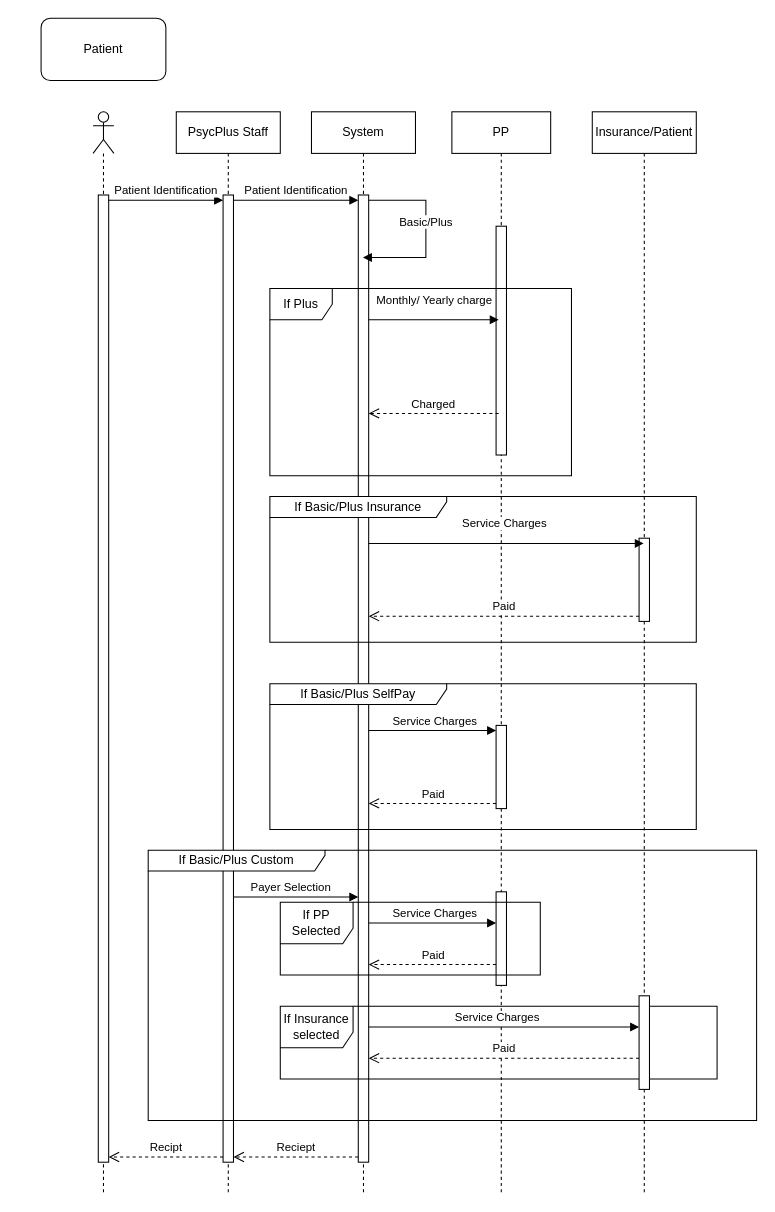
fkbhatti/EHR_Diagrams keeps this draw.io diagram as SequenceDiagramPreferedPartner.drawio. Above is the earlier version. Source tidied: cells renumbered, new cells numbered last; positions are measured from the earlier drawing's top-left corner, leaving out a move shared by most shapes. Both pictures are drawn from the tidied source at 104%, with x=0, y=0 at pixel (41, 18).
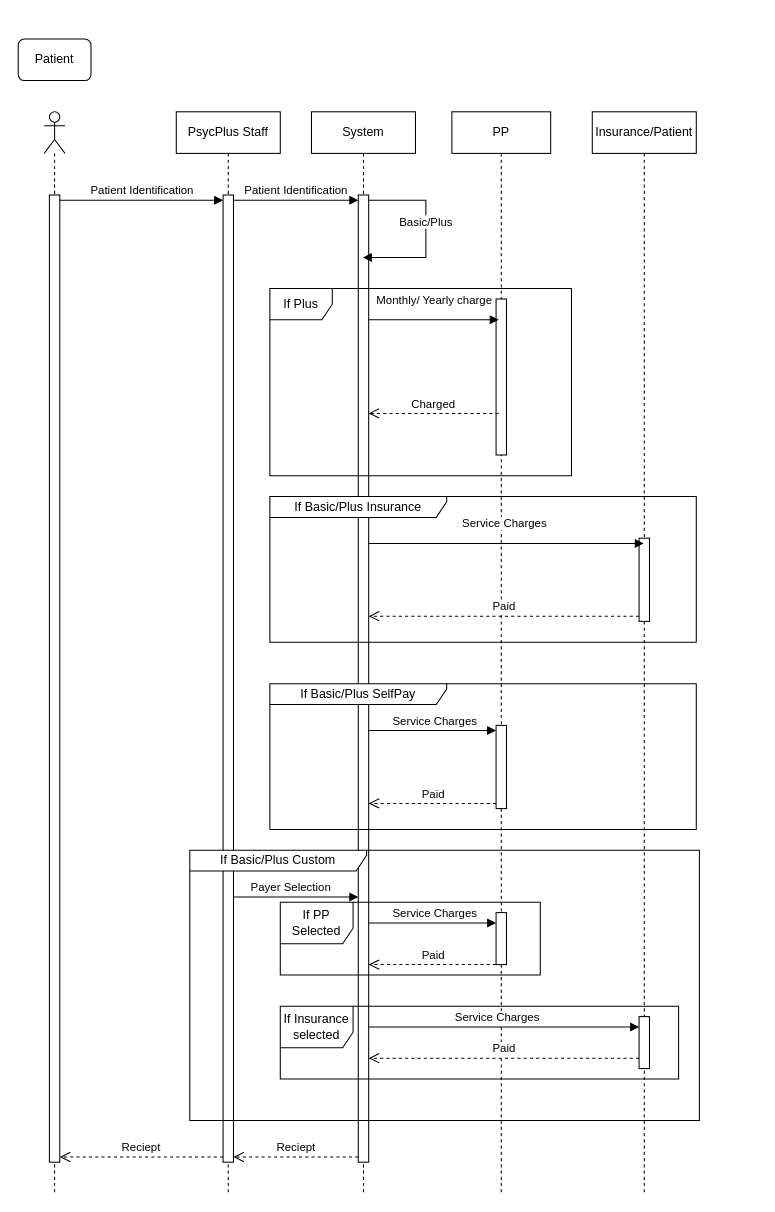
The same diagram, later.

Unchanged cells that the change refers to:
```xml
<mxCell id="3" style="html=1;points=[[0,0,0,0,5],[0,1,0,0,-5],[1,0,0,0,5],[1,1,0,0,-5]];perimeter=orthogonalPerimeter;outlineConnect=0;targetShapes=umlLifeline;portConstraint=eastwest;newEdgeStyle={&quot;curved&quot;:0,&quot;rounded&quot;:0};" parent="2" vertex="1">
  <mxGeometry x="5" y="80" width="10" height="930" as="geometry" />
</mxCell>
<mxCell id="6" style="html=1;points=[[0,0,0,0,5],[0,1,0,0,-5],[1,0,0,0,5],[1,1,0,0,-5]];perimeter=orthogonalPerimeter;outlineConnect=0;targetShapes=umlLifeline;portConstraint=eastwest;newEdgeStyle={&quot;curved&quot;:0,&quot;rounded&quot;:0};" parent="5" vertex="1">
  <mxGeometry x="45" y="80" width="10" height="930" as="geometry" />
</mxCell>
<mxCell id="11" value="PP" style="shape=umlLifeline;perimeter=lifelinePerimeter;whiteSpace=wrap;html=1;newEdgeStyle={&quot;curved&quot;:0,&quot;rounded&quot;:0};" parent="1" vertex="1">
  <mxGeometry x="395" y="90" width="95" height="1040" as="geometry" />
</mxCell>
```

What changed in the source:
```diff
@@
     <mxCell id="2" style="shape=umlLifeline;perimeter=lifelinePerimeter;whiteSpace=wrap;html=1;newEdgeStyle={&quot;curved&quot;:0,&quot;rounded&quot;:0};participant=umlActor;" parent="1" vertex="1">
-      <mxGeometry x="50" y="90" width="20" height="1040" as="geometry" />
+      <mxGeometry x="3" y="90" width="20" height="1040" as="geometry" />
     </mxCell>
@@
     <mxCell id="4" value="Patient" style="rounded=1;whiteSpace=wrap;html=1;" parent="1" vertex="1">
-      <mxGeometry width="120" height="60" as="geometry" />
+      <mxGeometry x="-22" y="20" width="70" height="40" as="geometry" />
     </mxCell>
@@
     <mxCell id="12" style="html=1;perimeter=orthogonalPerimeter;targetShapes=umlLifeline;newEdgeStyle={&quot;curved&quot;:0,&quot;rounded&quot;:0};" parent="11" vertex="1">
-      <mxGeometry x="42.5" y="110" width="10" height="220" as="geometry" />
+      <mxGeometry x="42.5" y="180" width="10" height="150" as="geometry" />
     </mxCell>
@@
     <mxCell id="14" style="html=1;points=[[0,0,0,0,5],[0,1,0,0,-5],[1,0,0,0,5],[1,1,0,0,-5]];perimeter=orthogonalPerimeter;outlineConnect=0;targetShapes=umlLifeline;portConstraint=eastwest;newEdgeStyle={&quot;curved&quot;:0,&quot;rounded&quot;:0};" parent="11" vertex="1">
-      <mxGeometry x="42.5" y="750" width="10" height="90" as="geometry" />
+      <mxGeometry x="42.5" y="770" width="10" height="50" as="geometry" />
     </mxCell>
@@
     <mxCell id="29" value="If Basic/Plus Custom" style="shape=umlFrame;whiteSpace=wrap;html=1;width=170;height=20;" parent="1" vertex="1">
-      <mxGeometry x="103" y="800" width="585" height="260" as="geometry" />
+      <mxGeometry x="143" y="800" width="490" height="260" as="geometry" />
     </mxCell>
@@
     <mxCell id="32" value="If Insurance selected" style="shape=umlFrame;whiteSpace=wrap;html=1;width=70;height=40;" parent="1" vertex="1">
-      <mxGeometry x="230" y="950" width="420" height="70" as="geometry" />
+      <mxGeometry x="230" y="950" width="383" height="70" as="geometry" />
     </mxCell>
     <mxCell id="33" style="html=1;points=[[0,0,0,0,5],[0,1,0,0,-5],[1,0,0,0,5],[1,1,0,0,-5]];perimeter=orthogonalPerimeter;outlineConnect=0;targetShapes=umlLifeline;portConstraint=eastwest;newEdgeStyle={&quot;curved&quot;:0,&quot;rounded&quot;:0};" parent="1" vertex="1">
-      <mxGeometry x="575" y="940" width="10" height="90" as="geometry" />
+      <mxGeometry x="575" y="960" width="10" height="50" as="geometry" />
     </mxCell>
@@
-    <mxCell id="37" value="Recipt" style="html=1;verticalAlign=bottom;endArrow=open;dashed=1;endSize=8;curved=0;rounded=0;exitX=0;exitY=1;exitDx=0;exitDy=-5;exitPerimeter=0;entryX=1;entryY=1;entryDx=0;entryDy=-5;entryPerimeter=0;" parent="1" edge="1" source="6" target="3">
+    <mxCell id="37" value="Reciept" style="html=1;verticalAlign=bottom;endArrow=open;dashed=1;endSize=8;curved=0;rounded=0;exitX=0;exitY=1;exitDx=0;exitDy=-5;exitPerimeter=0;entryX=1;entryY=1;entryDx=0;entryDy=-5;entryPerimeter=0;" parent="1" edge="1" source="6" target="3">
       <mxGeometry relative="1" as="geometry" />
     </mxCell>
```
